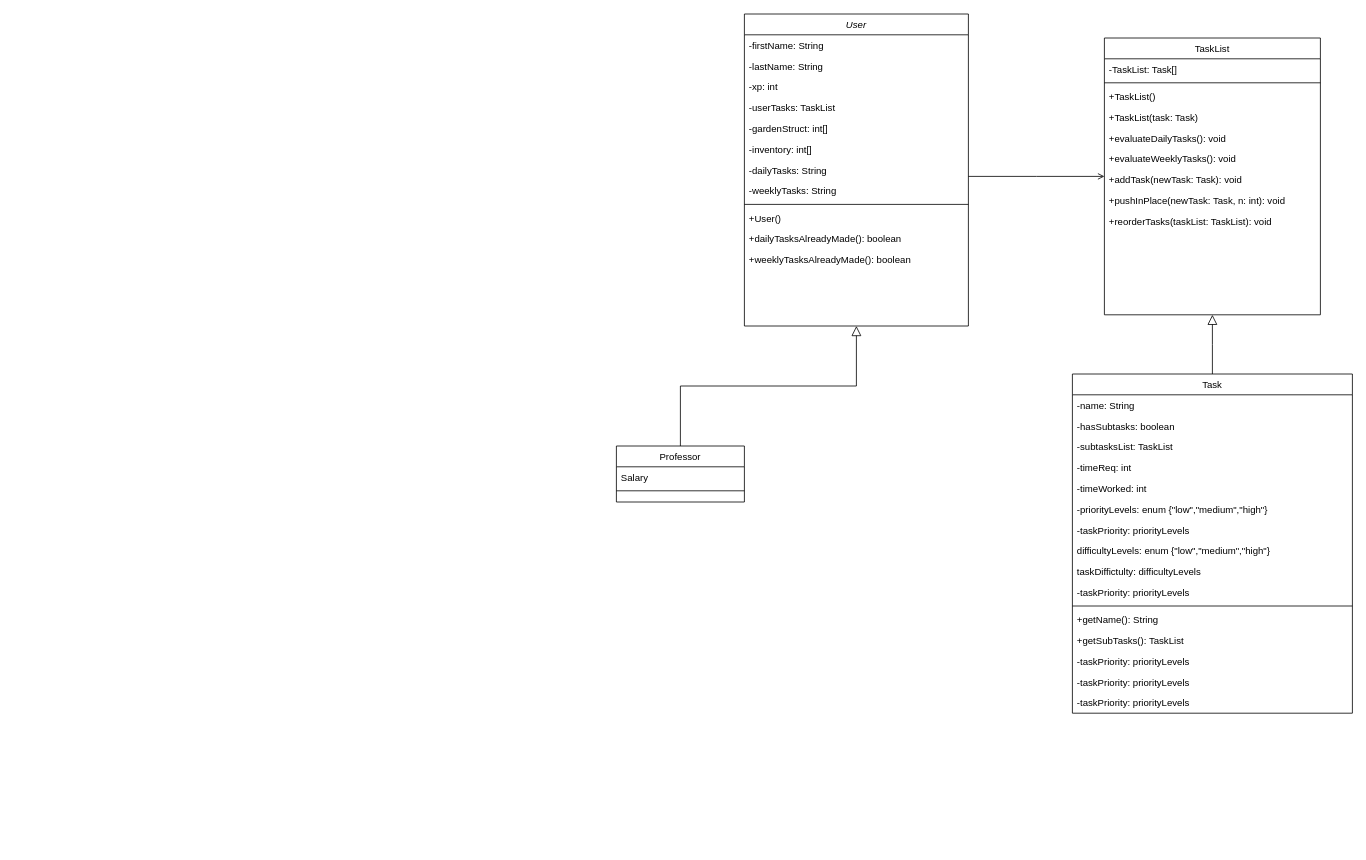
The draw.io diagram ClassDiagram.drawio in lwright249/ThinkItThru, before the edit. Source tidied: cells renumbered, new cells numbered last; positions are measured from the earlier drawing's top-left corner, leaving out a move shared by most shapes. Both pictures are drawn from the tidied source at 80%, with x=0, y=0 at pixel (616, 14).
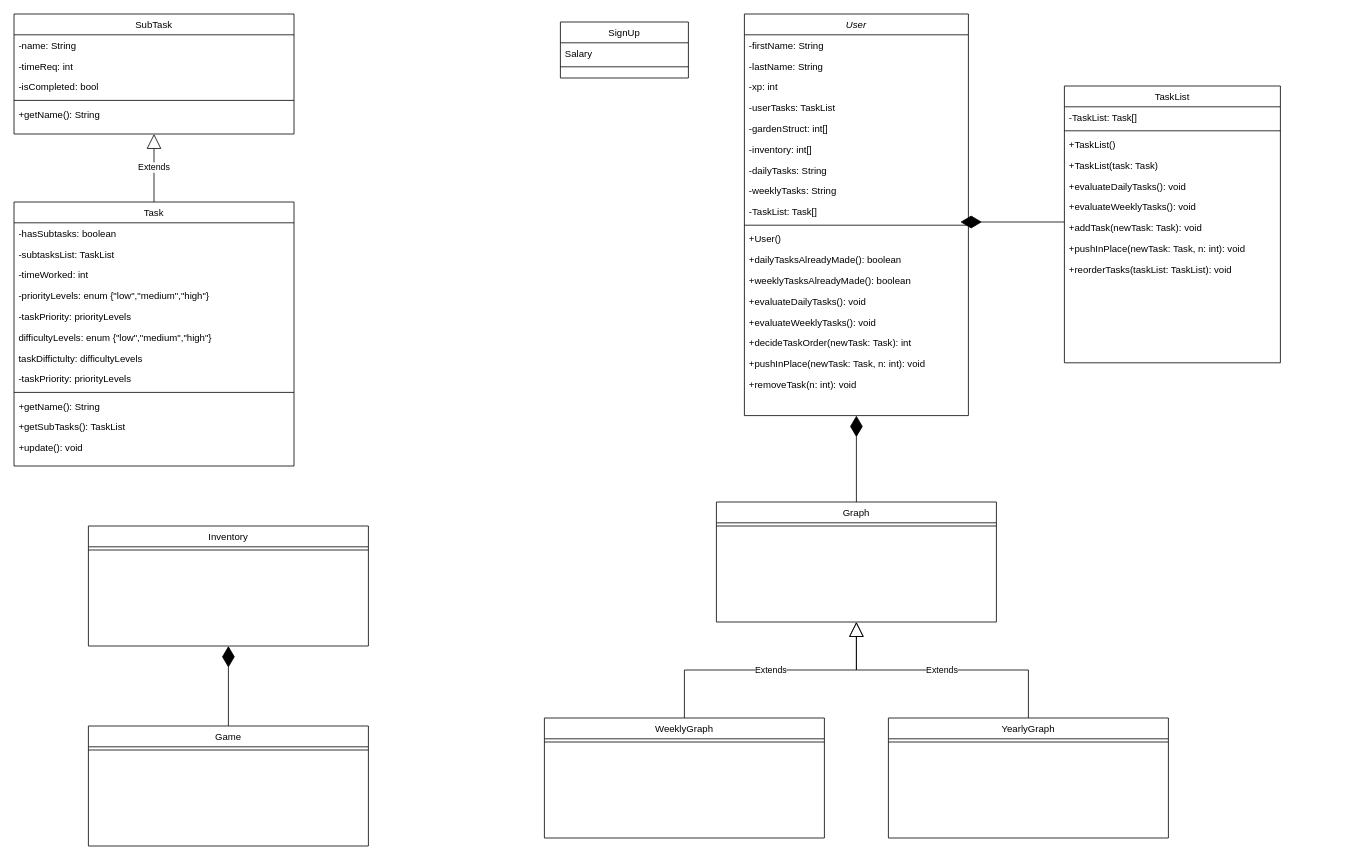
The same diagram, later.

Commit message:
Class Diagram Update

Added more general classes to add onto further later on

Change to the diagram source:
```diff
@@
     <mxCell id="2" value="User" style="swimlane;fontStyle=2;align=center;verticalAlign=top;horizontal=1;startSize=26;rounded=0;shadow=0;strokeWidth=1;" parent="1" vertex="1">
-      <mxGeometry x="160" width="280" height="390" as="geometry" />
+      <mxGeometry x="160" width="280" height="502" as="geometry" />
     </mxCell>
@@
+    <mxCell id="49" value="-TaskList: Task[]" style="text;align=left;verticalAlign=top;spacingLeft=4;spacingRight=4;overflow=hidden;rounded=0;shadow=0;html=0;" parent="2" vertex="1">
+      <mxGeometry y="234" width="280" height="26" as="geometry" />
+    </mxCell>
     <mxCell id="12" style="line;html=1;strokeWidth=1;align=left;verticalAlign=middle;spacingTop=-1;spacingLeft=3;spacingRight=3;labelPosition=right;" parent="2" vertex="1">
-      <mxGeometry y="234" width="280" height="8" as="geometry" />
+      <mxGeometry y="260" width="280" height="8" as="geometry" />
     </mxCell>
     <mxCell id="13" value="+User()" style="text;align=left;verticalAlign=top;spacingLeft=4;spacingRight=4;overflow=hidden;" parent="2" vertex="1">
-      <mxGeometry y="242" width="280" height="26" as="geometry" />
+      <mxGeometry y="268" width="280" height="26" as="geometry" />
     </mxCell>
     <mxCell id="14" value="+dailyTasksAlreadyMade(): boolean" style="text;align=left;verticalAlign=top;spacingLeft=4;spacingRight=4;overflow=hidden;" parent="2" vertex="1">
-      <mxGeometry y="268" width="280" height="26" as="geometry" />
+      <mxGeometry y="294" width="280" height="26" as="geometry" />
     </mxCell>
     <mxCell id="15" value="+weeklyTasksAlreadyMade(): boolean" style="text;align=left;verticalAlign=top;spacingLeft=4;spacingRight=4;overflow=hidden;" parent="2" vertex="1">
-      <mxGeometry y="294" width="280" height="26" as="geometry" />
+      <mxGeometry y="320" width="280" height="26" as="geometry" />
     </mxCell>
+    <mxCell id="50" value="+evaluateDailyTasks(): void" style="text;align=left;verticalAlign=top;spacingLeft=4;spacingRight=4;overflow=hidden;" parent="2" vertex="1">
+      <mxGeometry y="346" width="280" height="26" as="geometry" />
+    </mxCell>
+    <mxCell id="51" value="+evaluateWeeklyTasks(): void" style="text;align=left;verticalAlign=top;spacingLeft=4;spacingRight=4;overflow=hidden;" parent="2" vertex="1">
+      <mxGeometry y="372" width="280" height="26" as="geometry" />
+    </mxCell>
+    <mxCell id="52" value="+decideTaskOrder(newTask: Task): int" style="text;align=left;verticalAlign=top;spacingLeft=4;spacingRight=4;overflow=hidden;" parent="2" vertex="1">
+      <mxGeometry y="398" width="280" height="26" as="geometry" />
+    </mxCell>
+    <mxCell id="53" value="+pushInPlace(newTask: Task, n: int): void" style="text;align=left;verticalAlign=top;spacingLeft=4;spacingRight=4;overflow=hidden;" parent="2" vertex="1">
+      <mxGeometry y="424" width="280" height="26" as="geometry" />
+    </mxCell>
+    <mxCell id="54" value="+removeTask(n: int): void" style="text;align=left;verticalAlign=top;spacingLeft=4;spacingRight=4;overflow=hidden;" parent="2" vertex="1">
+      <mxGeometry y="450" width="280" height="26" as="geometry" />
+    </mxCell>
-    <mxCell id="16" value="Task" style="swimlane;fontStyle=0;align=center;verticalAlign=top;horizontal=1;startSize=26;rounded=0;shadow=0;strokeWidth=1;" parent="1" vertex="1">
-      <mxGeometry x="570" y="450" width="350" height="424" as="geometry" />
+    <mxCell id="16" value="SubTask" style="swimlane;fontStyle=0;align=center;verticalAlign=top;horizontal=1;startSize=26;rounded=0;shadow=0;strokeWidth=1;" parent="1" vertex="1">
+      <mxGeometry x="-753" width="350" height="150" as="geometry" />
     </mxCell>
@@
-    <mxCell id="18" value="-hasSubtasks: boolean" style="text;align=left;verticalAlign=top;spacingLeft=4;spacingRight=4;overflow=hidden;rounded=0;shadow=0;html=0;" parent="16" vertex="1">
-      <mxGeometry y="52" width="350" height="26" as="geometry" />
-    </mxCell>
-    <mxCell id="19" value="-subtasksList: TaskList" style="text;align=left;verticalAlign=top;spacingLeft=4;spacingRight=4;overflow=hidden;" parent="16" vertex="1">
-      <mxGeometry y="78" width="350" height="26" as="geometry" />
-    </mxCell>
     <mxCell id="20" value="-timeReq: int" style="text;align=left;verticalAlign=top;spacingLeft=4;spacingRight=4;overflow=hidden;" parent="16" vertex="1">
-      <mxGeometry y="104" width="350" height="26" as="geometry" />
+      <mxGeometry y="52" width="350" height="26" as="geometry" />
     </mxCell>
-    <mxCell id="21" value="-timeWorked: int" style="text;align=left;verticalAlign=top;spacingLeft=4;spacingRight=4;overflow=hidden;" parent="16" vertex="1">
-      <mxGeometry y="130" width="350" height="26" as="geometry" />
-    </mxCell>
-    <mxCell id="22" value="-priorityLevels: enum {&quot;low&quot;,&quot;medium&quot;,&quot;high&quot;}" style="text;align=left;verticalAlign=top;spacingLeft=4;spacingRight=4;overflow=hidden;" parent="16" vertex="1">
-      <mxGeometry y="156" width="350" height="26" as="geometry" />
-    </mxCell>
-    <mxCell id="23" value="-taskPriority: priorityLevels" style="text;align=left;verticalAlign=top;spacingLeft=4;spacingRight=4;overflow=hidden;" parent="16" vertex="1">
-      <mxGeometry y="182" width="350" height="26" as="geometry" />
-    </mxCell>
-    <mxCell id="24" value="difficultyLevels: enum {&quot;low&quot;,&quot;medium&quot;,&quot;high&quot;}" style="text;align=left;verticalAlign=top;spacingLeft=4;spacingRight=4;overflow=hidden;" parent="16" vertex="1">
-      <mxGeometry y="208" width="350" height="26" as="geometry" />
-    </mxCell>
-    <mxCell id="25" value="taskDiffictulty: difficultyLevels" style="text;align=left;verticalAlign=top;spacingLeft=4;spacingRight=4;overflow=hidden;" parent="16" vertex="1">
-      <mxGeometry y="234" width="350" height="26" as="geometry" />
-    </mxCell>
-    <mxCell id="26" value="-taskPriority: priorityLevels" style="text;align=left;verticalAlign=top;spacingLeft=4;spacingRight=4;overflow=hidden;" parent="16" vertex="1">
-      <mxGeometry y="260" width="350" height="26" as="geometry" />
+    <mxCell id="26" value="-isCompleted: bool" style="text;align=left;verticalAlign=top;spacingLeft=4;spacingRight=4;overflow=hidden;" parent="16" vertex="1">
+      <mxGeometry y="78" width="350" height="26" as="geometry" />
     </mxCell>
     <mxCell id="27" style="line;html=1;strokeWidth=1;align=left;verticalAlign=middle;spacingTop=-1;spacingLeft=3;spacingRight=3;labelPosition=right;" parent="16" vertex="1">
-      <mxGeometry y="286" width="350" height="8" as="geometry" />
+      <mxGeometry y="104" width="350" height="8" as="geometry" />
     </mxCell>
     <mxCell id="28" value="+getName(): String" style="text;align=left;verticalAlign=top;spacingLeft=4;spacingRight=4;overflow=hidden;" parent="16" vertex="1">
-      <mxGeometry y="294" width="350" height="26" as="geometry" />
+      <mxGeometry y="112" width="350" height="26" as="geometry" />
     </mxCell>
-    <mxCell id="29" value="+getSubTasks(): TaskList" style="text;align=left;verticalAlign=top;spacingLeft=4;spacingRight=4;overflow=hidden;" parent="16" vertex="1">
-      <mxGeometry y="320" width="350" height="26" as="geometry" />
-    </mxCell>
-    <mxCell id="30" value="-taskPriority: priorityLevels" style="text;align=left;verticalAlign=top;spacingLeft=4;spacingRight=4;overflow=hidden;" parent="16" vertex="1">
-      <mxGeometry y="346" width="350" height="26" as="geometry" />
-    </mxCell>
-    <mxCell id="31" value="-taskPriority: priorityLevels" style="text;align=left;verticalAlign=top;spacingLeft=4;spacingRight=4;overflow=hidden;" parent="16" vertex="1">
-      <mxGeometry y="372" width="350" height="26" as="geometry" />
-    </mxCell>
-    <mxCell id="32" value="-taskPriority: priorityLevels" style="text;align=left;verticalAlign=top;spacingLeft=4;spacingRight=4;overflow=hidden;" parent="16" vertex="1">
-      <mxGeometry y="398" width="350" height="26" as="geometry" />
-    </mxCell>
-    <mxCell id="33" value="Professor" style="swimlane;fontStyle=0;align=center;verticalAlign=top;horizontal=1;startSize=26;rounded=0;shadow=0;strokeWidth=1;" parent="1" vertex="1">
-      <mxGeometry y="540" width="160" height="70" as="geometry" />
+    <mxCell id="33" value="SignUp" style="swimlane;fontStyle=0;align=center;verticalAlign=top;horizontal=1;startSize=26;rounded=0;shadow=0;strokeWidth=1;" parent="1" vertex="1">
+      <mxGeometry x="-70" y="10" width="160" height="70" as="geometry" />
     </mxCell>
@@
-    <mxCell id="36" style="endArrow=block;endSize=10;endFill=0;shadow=0;strokeWidth=1;rounded=0;edgeStyle=elbowEdgeStyle;elbow=vertical;" parent="1" edge="1" source="33" target="2">
-      <mxGeometry relative="1" as="geometry" />
-    </mxCell>
     <mxCell id="37" value="TaskList" style="swimlane;fontStyle=0;align=center;verticalAlign=top;horizontal=1;startSize=26;rounded=0;shadow=0;strokeWidth=1;" parent="1" vertex="1">
-      <mxGeometry x="610" y="30" width="270" height="346" as="geometry" />
+      <mxGeometry x="560" y="90" width="270" height="346" as="geometry" />
     </mxCell>
@@
+    <mxCell id="55" style="endArrow=diamondThin;endFill=1;endSize=24;html=1;rounded=0;" parent="37" edge="1">
+      <mxGeometry relative="1" as="geometry">
+        <mxPoint y="170" as="sourcePoint" />
+        <mxPoint x="-130" y="170" as="targetPoint" />
+      </mxGeometry>
+    </mxCell>
@@
-    <mxCell id="47" style="endArrow=open;shadow=0;strokeWidth=1;rounded=0;endFill=1;edgeStyle=elbowEdgeStyle;elbow=vertical;" parent="1" edge="1" source="2" target="37">
-      <mxGeometry x="0.5" y="41" relative="1" as="geometry">
-        <mxPoint x="-40" y="32" as="offset" />
-      </mxGeometry>
-    </mxCell>
-    <mxCell id="48" style="endArrow=block;endSize=10;endFill=0;shadow=0;strokeWidth=1;rounded=0;edgeStyle=elbowEdgeStyle;elbow=vertical;" parent="1" edge="1" source="16" target="37">
-      <mxGeometry relative="1" as="geometry" />
-    </mxCell>
+    <mxCell id="56" value="Task" style="swimlane;fontStyle=0;align=center;verticalAlign=top;horizontal=1;startSize=26;rounded=0;shadow=0;strokeWidth=1;" parent="1" vertex="1">
+      <mxGeometry x="-753" y="235" width="350" height="330" as="geometry" />
+    </mxCell>
+    <mxCell id="18" value="-hasSubtasks: boolean" style="text;align=left;verticalAlign=top;spacingLeft=4;spacingRight=4;overflow=hidden;rounded=0;shadow=0;html=0;" parent="56" vertex="1">
+      <mxGeometry y="26" width="350" height="26" as="geometry" />
+    </mxCell>
+    <mxCell id="19" value="-subtasksList: TaskList" style="text;align=left;verticalAlign=top;spacingLeft=4;spacingRight=4;overflow=hidden;" parent="56" vertex="1">
+      <mxGeometry y="52" width="350" height="26" as="geometry" />
+    </mxCell>
+    <mxCell id="21" value="-timeWorked: int" style="text;align=left;verticalAlign=top;spacingLeft=4;spacingRight=4;overflow=hidden;" parent="56" vertex="1">
+      <mxGeometry y="78" width="350" height="26" as="geometry" />
+    </mxCell>
+    <mxCell id="22" value="-priorityLevels: enum {&quot;low&quot;,&quot;medium&quot;,&quot;high&quot;}" style="text;align=left;verticalAlign=top;spacingLeft=4;spacingRight=4;overflow=hidden;" parent="56" vertex="1">
+      <mxGeometry y="104" width="350" height="26" as="geometry" />
+    </mxCell>
+    <mxCell id="57" value="-taskPriority: priorityLevels" style="text;align=left;verticalAlign=top;spacingLeft=4;spacingRight=4;overflow=hidden;" parent="56" vertex="1">
+      <mxGeometry y="130" width="350" height="26" as="geometry" />
+    </mxCell>
+    <mxCell id="24" value="difficultyLevels: enum {&quot;low&quot;,&quot;medium&quot;,&quot;high&quot;}" style="text;align=left;verticalAlign=top;spacingLeft=4;spacingRight=4;overflow=hidden;" parent="56" vertex="1">
+      <mxGeometry y="156" width="350" height="26" as="geometry" />
+    </mxCell>
+    <mxCell id="25" value="taskDiffictulty: difficultyLevels" style="text;align=left;verticalAlign=top;spacingLeft=4;spacingRight=4;overflow=hidden;" parent="56" vertex="1">
+      <mxGeometry y="182" width="350" height="26" as="geometry" />
+    </mxCell>
+    <mxCell id="58" value="-taskPriority: priorityLevels" style="text;align=left;verticalAlign=top;spacingLeft=4;spacingRight=4;overflow=hidden;" parent="56" vertex="1">
+      <mxGeometry y="208" width="350" height="26" as="geometry" />
+    </mxCell>
+    <mxCell id="59" style="line;html=1;strokeWidth=1;align=left;verticalAlign=middle;spacingTop=-1;spacingLeft=3;spacingRight=3;labelPosition=right;" parent="56" vertex="1">
+      <mxGeometry y="234" width="350" height="8" as="geometry" />
+    </mxCell>
+    <mxCell id="60" value="+getName(): String" style="text;align=left;verticalAlign=top;spacingLeft=4;spacingRight=4;overflow=hidden;" parent="56" vertex="1">
+      <mxGeometry y="242" width="350" height="26" as="geometry" />
+    </mxCell>
+    <mxCell id="29" value="+getSubTasks(): TaskList" style="text;align=left;verticalAlign=top;spacingLeft=4;spacingRight=4;overflow=hidden;" parent="56" vertex="1">
+      <mxGeometry y="268" width="350" height="26" as="geometry" />
+    </mxCell>
+    <mxCell id="61" value="+update(): void" style="text;align=left;verticalAlign=top;spacingLeft=4;spacingRight=4;overflow=hidden;" parent="56" vertex="1">
+      <mxGeometry y="294" width="350" height="26" as="geometry" />
+    </mxCell>
+    <mxCell id="62" value="Extends" style="endArrow=block;endSize=16;endFill=0;html=1;rounded=0;entryX=0.5;entryY=1;entryDx=0;entryDy=0;exitX=0.5;exitY=0;exitDx=0;exitDy=0;" parent="1" edge="1" source="56" target="16">
+      <mxGeometry relative="1" as="geometry" />
+    </mxCell>
+    <mxCell id="63" value="Graph" style="swimlane;fontStyle=0;align=center;verticalAlign=top;horizontal=1;startSize=26;rounded=0;shadow=0;strokeWidth=1;" parent="1" vertex="1">
+      <mxGeometry x="125" y="610" width="350" height="150" as="geometry" />
+    </mxCell>
+    <mxCell id="64" style="endArrow=diamondThin;endFill=1;endSize=24;html=1;rounded=0;entryX=0.5;entryY=1;entryDx=0;entryDy=0;" parent="63" edge="1" target="2">
+      <mxGeometry relative="1" as="geometry">
+        <mxPoint x="175" as="sourcePoint" />
+      </mxGeometry>
+    </mxCell>
+    <mxCell id="65" style="line;html=1;strokeWidth=1;align=left;verticalAlign=middle;spacingTop=-1;spacingLeft=3;spacingRight=3;labelPosition=right;" parent="63" vertex="1">
+      <mxGeometry y="26" width="350" height="8" as="geometry" />
+    </mxCell>
+    <mxCell id="66" value="YearlyGraph" style="swimlane;fontStyle=0;align=center;verticalAlign=top;horizontal=1;startSize=26;rounded=0;shadow=0;strokeWidth=1;" parent="1" vertex="1">
+      <mxGeometry x="340" y="880" width="350" height="150" as="geometry" />
+    </mxCell>
+    <mxCell id="67" style="line;html=1;strokeWidth=1;align=left;verticalAlign=middle;spacingTop=-1;spacingLeft=3;spacingRight=3;labelPosition=right;" parent="66" vertex="1">
+      <mxGeometry y="26" width="350" height="8" as="geometry" />
+    </mxCell>
+    <mxCell id="68" value="WeeklyGraph" style="swimlane;fontStyle=0;align=center;verticalAlign=top;horizontal=1;startSize=26;rounded=0;shadow=0;strokeWidth=1;" parent="1" vertex="1">
+      <mxGeometry x="-90" y="880" width="350" height="150" as="geometry" />
+    </mxCell>
+    <mxCell id="69" style="line;html=1;strokeWidth=1;align=left;verticalAlign=middle;spacingTop=-1;spacingLeft=3;spacingRight=3;labelPosition=right;" parent="68" vertex="1">
+      <mxGeometry y="26" width="350" height="8" as="geometry" />
+    </mxCell>
+    <mxCell id="70" value="Extends" style="endArrow=block;endSize=16;endFill=0;html=1;rounded=0;exitX=0.5;exitY=0;exitDx=0;exitDy=0;entryX=0.5;entryY=1;entryDx=0;entryDy=0;" parent="1" edge="1" source="68" target="63">
+      <mxGeometry relative="1" as="geometry">
+        <Array as="points">
+          <mxPoint x="85" y="820" />
+          <mxPoint x="300" y="820" />
+        </Array>
+      </mxGeometry>
+    </mxCell>
+    <mxCell id="71" value="Extends" style="endArrow=block;endSize=16;endFill=0;html=1;rounded=0;exitX=0.5;exitY=0;exitDx=0;exitDy=0;" parent="1" edge="1" source="66">
+      <mxGeometry relative="1" as="geometry">
+        <mxPoint x="300" y="760" as="targetPoint" />
+        <Array as="points">
+          <mxPoint x="515" y="820" />
+          <mxPoint x="300" y="820" />
+        </Array>
+      </mxGeometry>
+    </mxCell>
+    <mxCell id="72" value="Inventory" style="swimlane;fontStyle=0;align=center;verticalAlign=top;horizontal=1;startSize=26;rounded=0;shadow=0;strokeWidth=1;" parent="1" vertex="1">
+      <mxGeometry x="-660" y="640" width="350" height="150" as="geometry" />
+    </mxCell>
+    <mxCell id="73" style="line;html=1;strokeWidth=1;align=left;verticalAlign=middle;spacingTop=-1;spacingLeft=3;spacingRight=3;labelPosition=right;" parent="72" vertex="1">
+      <mxGeometry y="26" width="350" height="8" as="geometry" />
+    </mxCell>
+    <mxCell id="74" value="Game" style="swimlane;fontStyle=0;align=center;verticalAlign=top;horizontal=1;startSize=26;rounded=0;shadow=0;strokeWidth=1;" parent="1" vertex="1">
+      <mxGeometry x="-660" y="890" width="350" height="150" as="geometry" />
+    </mxCell>
+    <mxCell id="75" style="endArrow=diamondThin;endFill=1;endSize=24;html=1;rounded=0;entryX=0.5;entryY=1;entryDx=0;entryDy=0;" parent="74" edge="1" target="72">
+      <mxGeometry relative="1" as="geometry">
+        <mxPoint x="175" as="sourcePoint" />
+      </mxGeometry>
+    </mxCell>
+    <mxCell id="76" style="line;html=1;strokeWidth=1;align=left;verticalAlign=middle;spacingTop=-1;spacingLeft=3;spacingRight=3;labelPosition=right;" parent="74" vertex="1">
+      <mxGeometry y="26" width="350" height="8" as="geometry" />
+    </mxCell>
```
